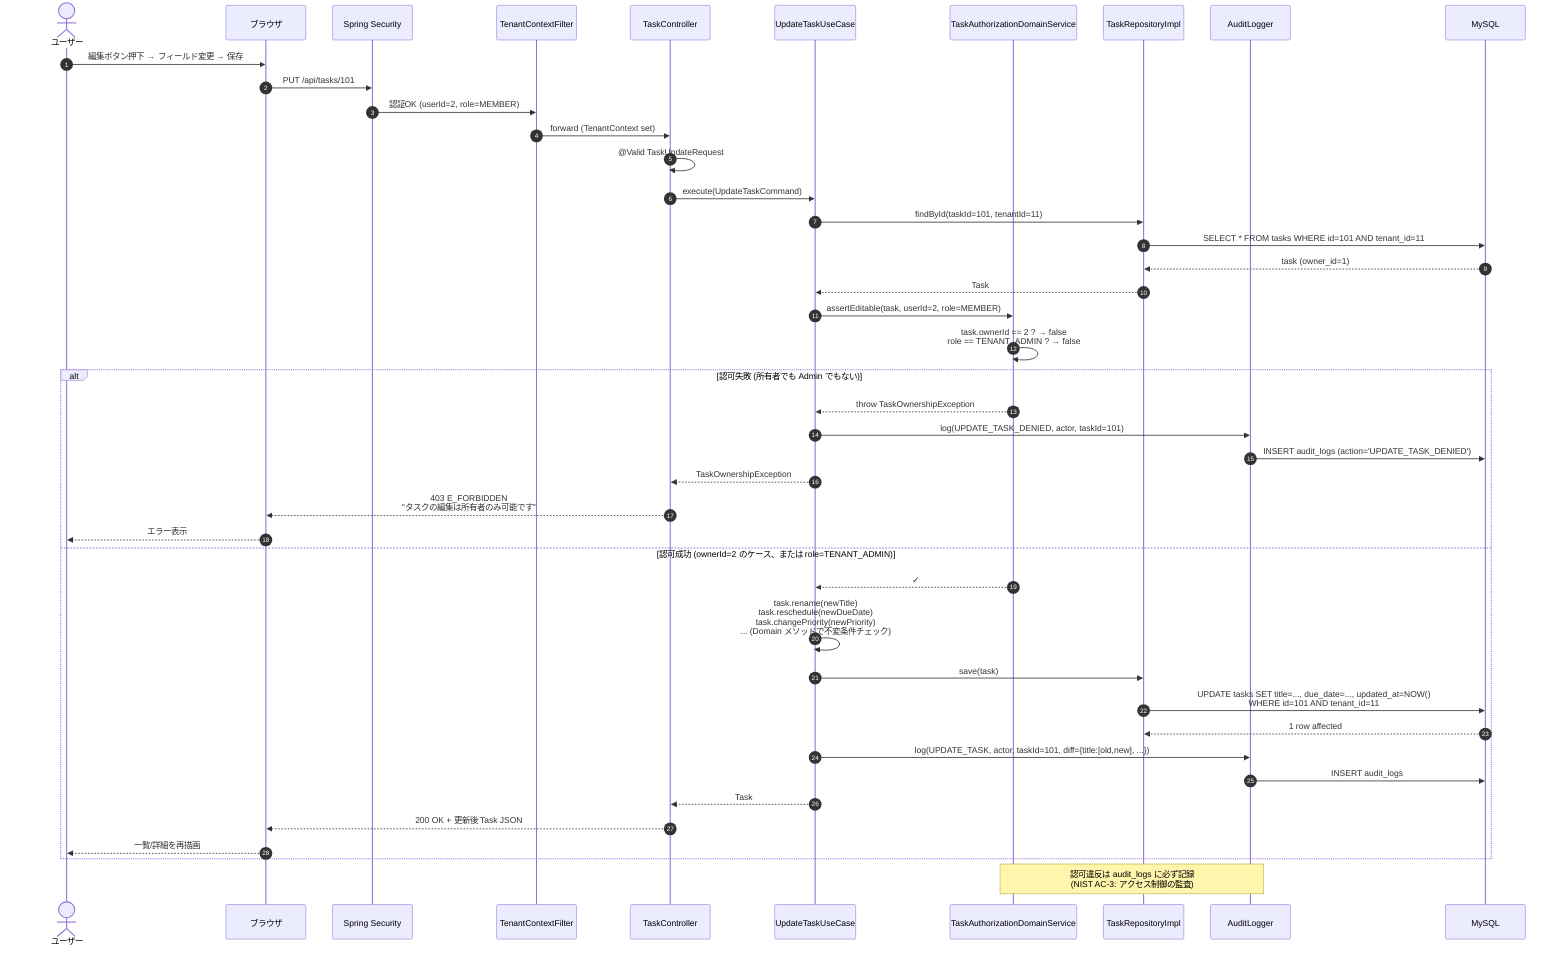
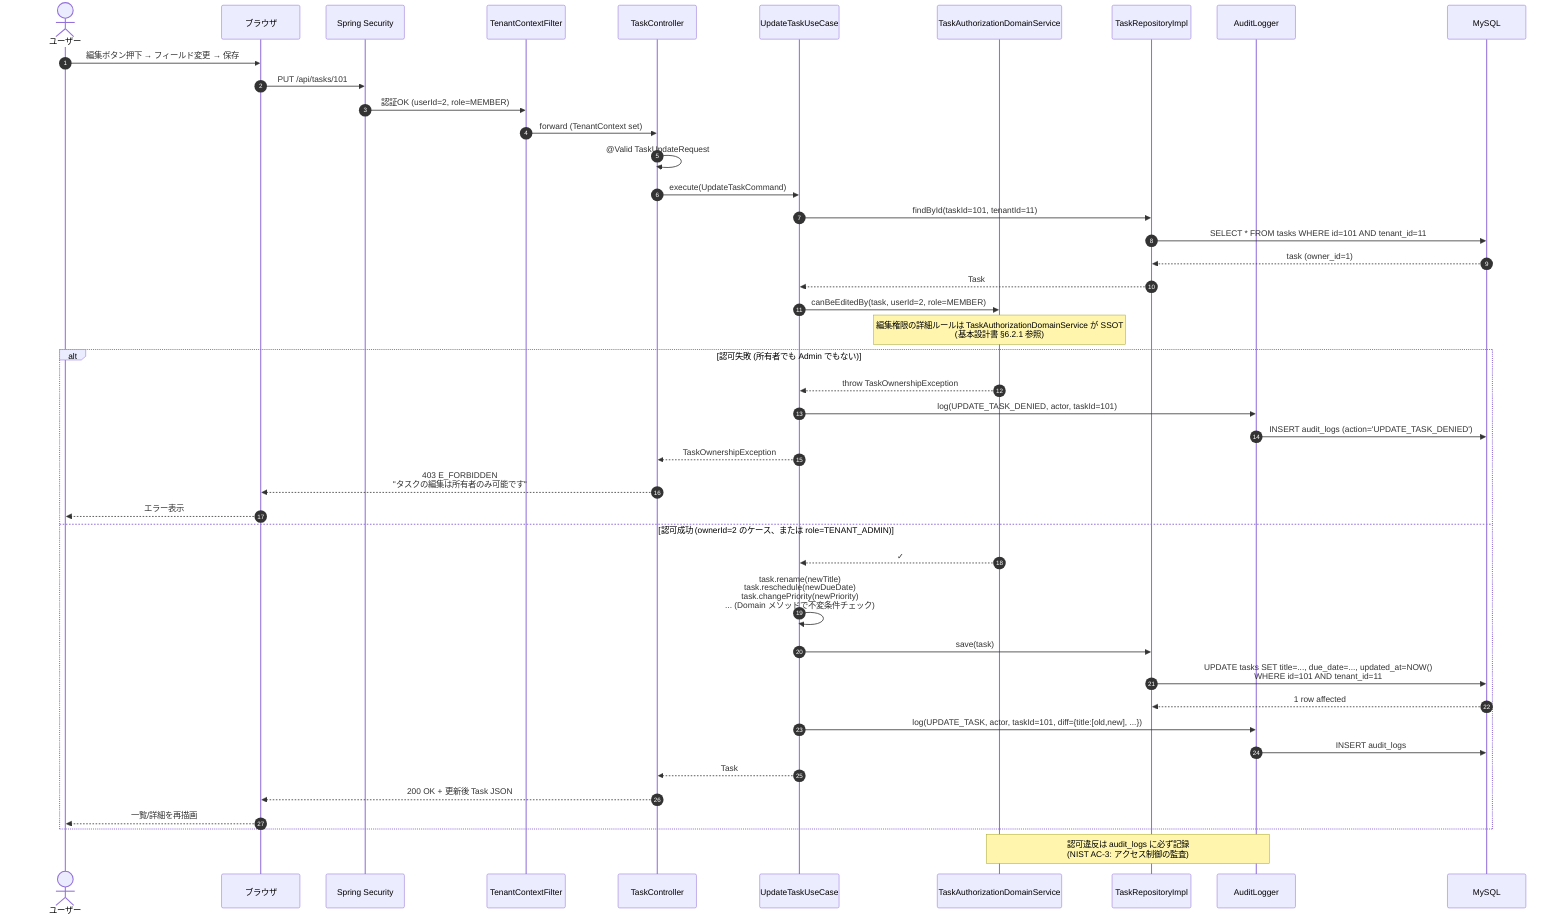
%% ====================================================================
%% シーケンス図 04: タスク編集 (所有者チェック + 権限違反時のエラー)
%% タスク管理システム v1.2
%% ====================================================================
sequenceDiagram
  autonumber
  actor User as ユーザー
  participant Browser as ブラウザ
  participant Sec as Spring Security
  participant Filter as TenantContextFilter
  participant Ctrl as TaskController
  participant UC as UpdateTaskUseCase
  participant AuthZ as TaskAuthorizationDomainService
  participant TaskRepo as TaskRepositoryImpl
  participant Audit as AuditLogger
  participant DB as MySQL

  User->>Browser: 編集ボタン押下 → フィールド変更 → 保存
  Browser->>Sec: PUT /api/tasks/101
  Sec->>Filter: 認証OK (userId=2, role=MEMBER)
  Filter->>Ctrl: forward (TenantContext set)
  Ctrl->>Ctrl: @Valid TaskUpdateRequest
  Ctrl->>UC: execute(UpdateTaskCommand)

  UC->>TaskRepo: findById(taskId=101, tenantId=11)
  TaskRepo->>DB: SELECT * FROM tasks WHERE id=101 AND tenant_id=11
  DB-->>TaskRepo: task (owner_id=1)
  TaskRepo-->>UC: Task

-   UC->>AuthZ: assertEditable(task, userId=2, role=MEMBER)
-   AuthZ->>AuthZ: task.ownerId == 2 ? → false<br/>role == TENANT_ADMIN ? → false
+   UC->>AuthZ: canBeEditedBy(task, userId=2, role=MEMBER)
+   Note over AuthZ: 編集権限の詳細ルールは TaskAuthorizationDomainService が SSOT<br/>(基本設計書 §6.2.1 参照)

  alt 認可失敗 (所有者でも Admin でもない)
    AuthZ-->>UC: throw TaskOwnershipException
    UC->>Audit: log(UPDATE_TASK_DENIED, actor, taskId=101)
    Audit->>DB: INSERT audit_logs (action='UPDATE_TASK_DENIED')
    UC-->>Ctrl: TaskOwnershipException
    Ctrl-->>Browser: 403 E_FORBIDDEN<br/>"タスクの編集は所有者のみ可能です"
    Browser-->>User: エラー表示
  else 認可成功 (ownerId=2 のケース、または role=TENANT_ADMIN)
    AuthZ-->>UC: ✓
    UC->>UC: task.rename(newTitle)<br/>task.reschedule(newDueDate)<br/>task.changePriority(newPriority)<br/>... (Domain メソッドで不変条件チェック)
    UC->>TaskRepo: save(task)
    TaskRepo->>DB: UPDATE tasks SET title=..., due_date=..., updated_at=NOW()<br/>WHERE id=101 AND tenant_id=11
    DB-->>TaskRepo: 1 row affected
    UC->>Audit: log(UPDATE_TASK, actor, taskId=101, diff={title:[old,new], ...})
    Audit->>DB: INSERT audit_logs
    UC-->>Ctrl: Task
    Ctrl-->>Browser: 200 OK + 更新後 Task JSON
    Browser-->>User: 一覧/詳細を再描画
  end

  Note over AuthZ,Audit: 認可違反は audit_logs に必ず記録<br/>(NIST AC-3: アクセス制御の監査)
